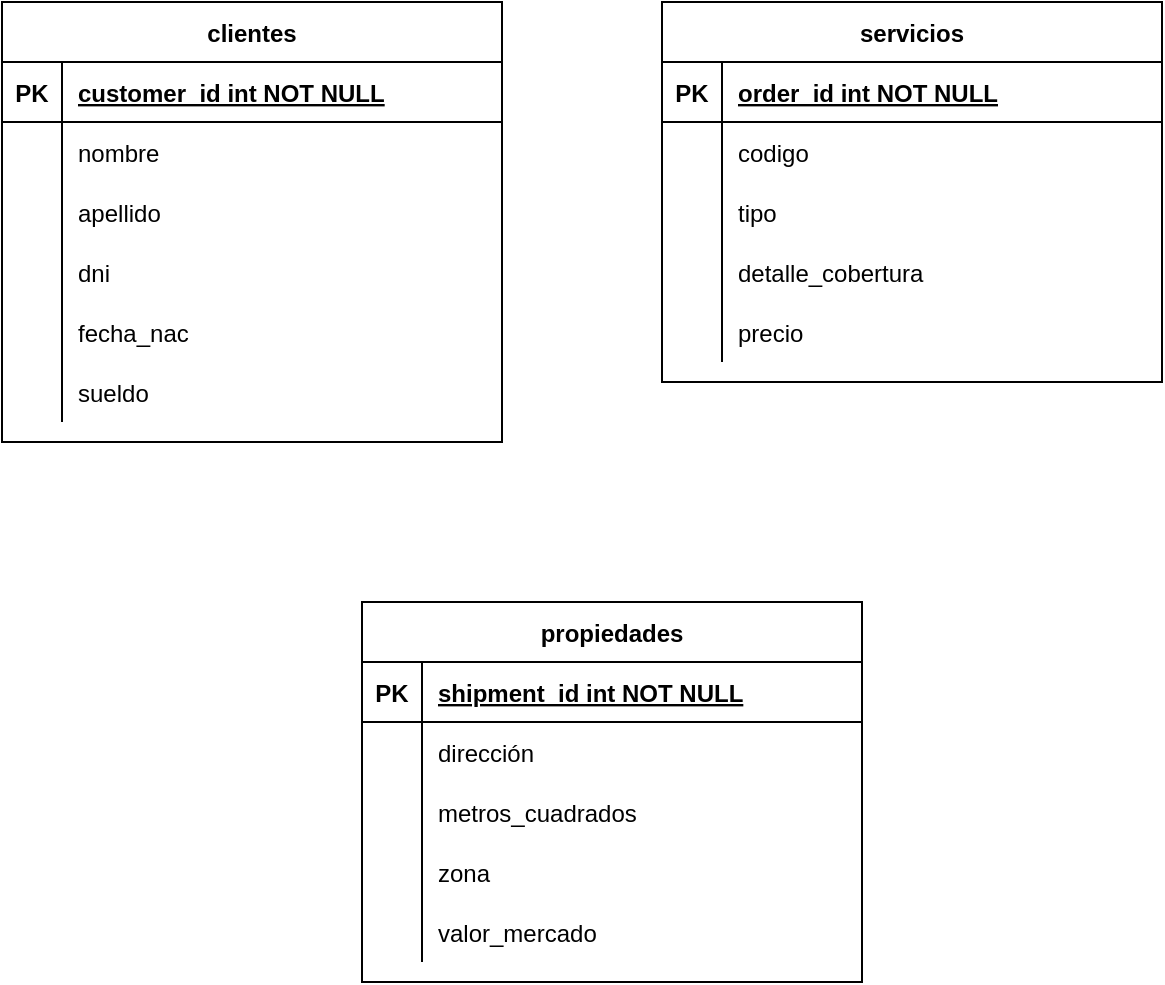
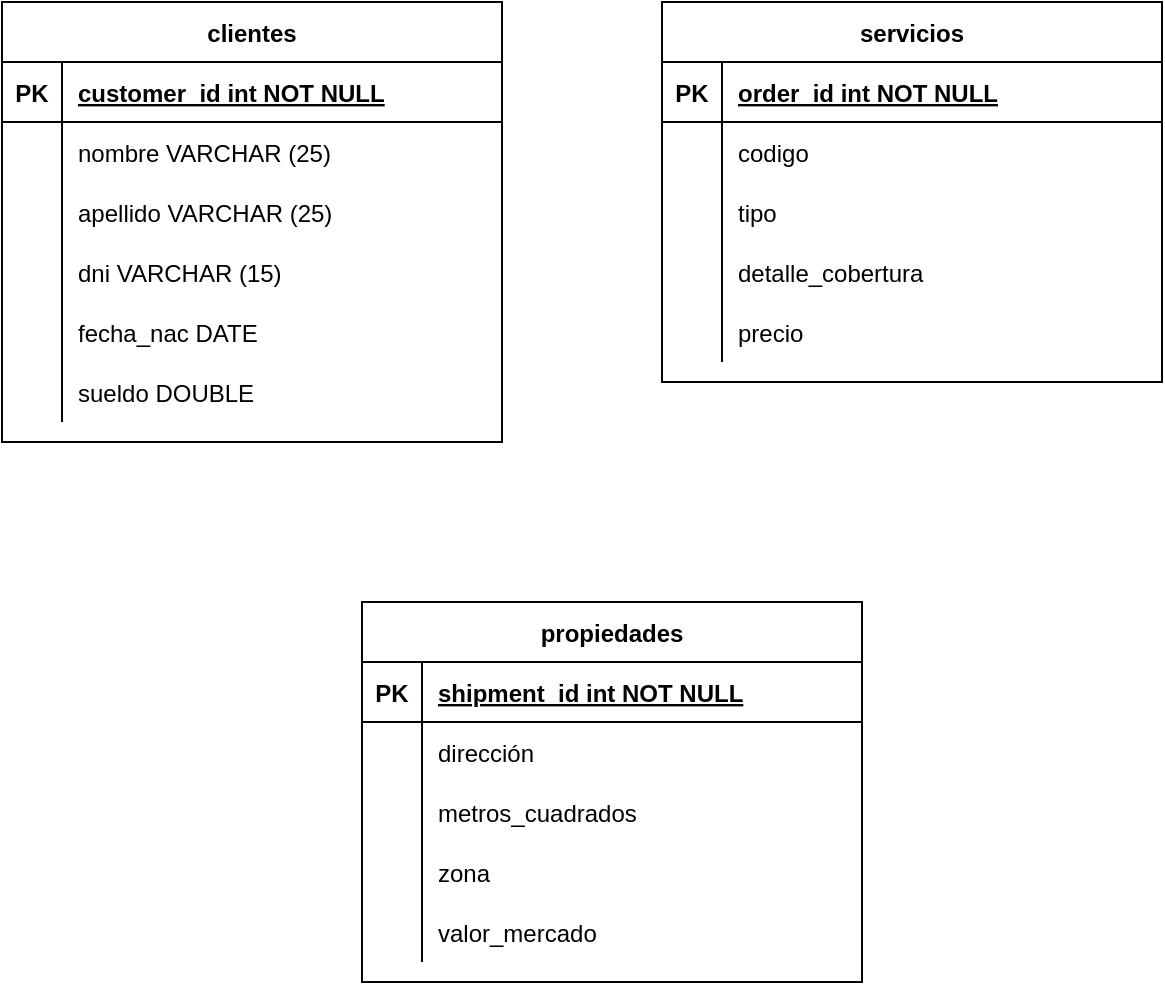
<mxfile host="app.diagrams.net" agent="5.0 (Macintosh; Intel Mac OS X 10_14_6) AppleWebKit/537.36 (KHTML, like Gecko) Chrome/83.0.4103.116 Safari/537.36">
  <diagram id="R2lEEEUBdFMjLlhIrx00" name="Page-1">
-     <mxGraphModel dx="947" dy="680" grid="1" gridSize="10" guides="1" tooltips="1" connect="1" arrows="1" fold="1" page="1" pageScale="1" pageWidth="850" pageHeight="1100" math="0" shadow="0" extFonts="Permanent Marker^https://fonts.googleapis.com/css?family=Permanent+Marker">
+     <mxGraphModel dx="592" dy="425" grid="1" gridSize="10" guides="1" tooltips="1" connect="1" arrows="1" fold="1" page="1" pageScale="1" pageWidth="850" pageHeight="1100" math="0" shadow="0" extFonts="Permanent Marker^https://fonts.googleapis.com/css?family=Permanent+Marker">
      <root>
        <mxCell id="0" />
        <mxCell id="1" parent="0" />
        <mxCell id="C-vyLk0tnHw3VtMMgP7b-2" parent="1" style="shape=table;startSize=30;container=1;collapsible=1;childLayout=tableLayout;fixedRows=1;rowLines=0;fontStyle=1;align=center;resizeLast=1;" value="servicios" vertex="1">
          <mxGeometry height="190" width="250" x="450" y="120" as="geometry" />
        </mxCell>
        <mxCell id="C-vyLk0tnHw3VtMMgP7b-3" parent="C-vyLk0tnHw3VtMMgP7b-2" style="shape=partialRectangle;collapsible=0;dropTarget=0;pointerEvents=0;fillColor=none;points=[[0,0.5],[1,0.5]];portConstraint=eastwest;top=0;left=0;right=0;bottom=1;" value="" vertex="1">
          <mxGeometry height="30" width="250" y="30" as="geometry" />
        </mxCell>
        <mxCell id="C-vyLk0tnHw3VtMMgP7b-4" parent="C-vyLk0tnHw3VtMMgP7b-3" style="shape=partialRectangle;overflow=hidden;connectable=0;fillColor=none;top=0;left=0;bottom=0;right=0;fontStyle=1;" value="PK" vertex="1">
          <mxGeometry height="30" width="30" as="geometry">
            <mxRectangle height="30" width="30" as="alternateBounds" />
          </mxGeometry>
        </mxCell>
        <mxCell id="C-vyLk0tnHw3VtMMgP7b-5" parent="C-vyLk0tnHw3VtMMgP7b-3" style="shape=partialRectangle;overflow=hidden;connectable=0;fillColor=none;top=0;left=0;bottom=0;right=0;align=left;spacingLeft=6;fontStyle=5;" value="order_id int NOT NULL " vertex="1">
          <mxGeometry height="30" width="220" x="30" as="geometry">
            <mxRectangle height="30" width="220" as="alternateBounds" />
          </mxGeometry>
        </mxCell>
        <mxCell id="C-vyLk0tnHw3VtMMgP7b-6" parent="C-vyLk0tnHw3VtMMgP7b-2" style="shape=partialRectangle;collapsible=0;dropTarget=0;pointerEvents=0;fillColor=none;points=[[0,0.5],[1,0.5]];portConstraint=eastwest;top=0;left=0;right=0;bottom=0;" value="" vertex="1">
          <mxGeometry height="30" width="250" y="60" as="geometry" />
        </mxCell>
        <mxCell id="C-vyLk0tnHw3VtMMgP7b-7" parent="C-vyLk0tnHw3VtMMgP7b-6" style="shape=partialRectangle;overflow=hidden;connectable=0;fillColor=none;top=0;left=0;bottom=0;right=0;" value="" vertex="1">
          <mxGeometry height="30" width="30" as="geometry">
            <mxRectangle height="30" width="30" as="alternateBounds" />
          </mxGeometry>
        </mxCell>
        <mxCell id="C-vyLk0tnHw3VtMMgP7b-8" parent="C-vyLk0tnHw3VtMMgP7b-6" style="shape=partialRectangle;overflow=hidden;connectable=0;fillColor=none;top=0;left=0;bottom=0;right=0;align=left;spacingLeft=6;" value="codigo" vertex="1">
          <mxGeometry height="30" width="220" x="30" as="geometry">
            <mxRectangle height="30" width="220" as="alternateBounds" />
          </mxGeometry>
        </mxCell>
        <mxCell id="C-vyLk0tnHw3VtMMgP7b-9" parent="C-vyLk0tnHw3VtMMgP7b-2" style="shape=partialRectangle;collapsible=0;dropTarget=0;pointerEvents=0;fillColor=none;points=[[0,0.5],[1,0.5]];portConstraint=eastwest;top=0;left=0;right=0;bottom=0;" value="" vertex="1">
          <mxGeometry height="30" width="250" y="90" as="geometry" />
        </mxCell>
        <mxCell id="C-vyLk0tnHw3VtMMgP7b-10" parent="C-vyLk0tnHw3VtMMgP7b-9" style="shape=partialRectangle;overflow=hidden;connectable=0;fillColor=none;top=0;left=0;bottom=0;right=0;" value="" vertex="1">
          <mxGeometry height="30" width="30" as="geometry">
            <mxRectangle height="30" width="30" as="alternateBounds" />
          </mxGeometry>
        </mxCell>
        <mxCell id="C-vyLk0tnHw3VtMMgP7b-11" parent="C-vyLk0tnHw3VtMMgP7b-9" style="shape=partialRectangle;overflow=hidden;connectable=0;fillColor=none;top=0;left=0;bottom=0;right=0;align=left;spacingLeft=6;" value="tipo" vertex="1">
          <mxGeometry height="30" width="220" x="30" as="geometry">
            <mxRectangle height="30" width="220" as="alternateBounds" />
          </mxGeometry>
        </mxCell>
        <mxCell id="j1sPE7MOUu-0g5T2_v5z-13" parent="C-vyLk0tnHw3VtMMgP7b-2" style="shape=partialRectangle;collapsible=0;dropTarget=0;pointerEvents=0;fillColor=none;points=[[0,0.5],[1,0.5]];portConstraint=eastwest;top=0;left=0;right=0;bottom=0;" value="" vertex="1">
          <mxGeometry height="30" width="250" y="120" as="geometry" />
        </mxCell>
        <mxCell id="j1sPE7MOUu-0g5T2_v5z-14" parent="j1sPE7MOUu-0g5T2_v5z-13" style="shape=partialRectangle;overflow=hidden;connectable=0;fillColor=none;top=0;left=0;bottom=0;right=0;" value="" vertex="1">
          <mxGeometry height="30" width="30" as="geometry">
            <mxRectangle height="30" width="30" as="alternateBounds" />
          </mxGeometry>
        </mxCell>
        <mxCell id="j1sPE7MOUu-0g5T2_v5z-15" parent="j1sPE7MOUu-0g5T2_v5z-13" style="shape=partialRectangle;overflow=hidden;connectable=0;fillColor=none;top=0;left=0;bottom=0;right=0;align=left;spacingLeft=6;" value="detalle_cobertura" vertex="1">
          <mxGeometry height="30" width="220" x="30" as="geometry">
            <mxRectangle height="30" width="220" as="alternateBounds" />
          </mxGeometry>
        </mxCell>
        <mxCell id="j1sPE7MOUu-0g5T2_v5z-16" parent="C-vyLk0tnHw3VtMMgP7b-2" style="shape=partialRectangle;collapsible=0;dropTarget=0;pointerEvents=0;fillColor=none;points=[[0,0.5],[1,0.5]];portConstraint=eastwest;top=0;left=0;right=0;bottom=0;" value="" vertex="1">
          <mxGeometry height="30" width="250" y="150" as="geometry" />
        </mxCell>
        <mxCell id="j1sPE7MOUu-0g5T2_v5z-17" parent="j1sPE7MOUu-0g5T2_v5z-16" style="shape=partialRectangle;overflow=hidden;connectable=0;fillColor=none;top=0;left=0;bottom=0;right=0;" value="" vertex="1">
          <mxGeometry height="30" width="30" as="geometry">
            <mxRectangle height="30" width="30" as="alternateBounds" />
          </mxGeometry>
        </mxCell>
        <mxCell id="j1sPE7MOUu-0g5T2_v5z-18" parent="j1sPE7MOUu-0g5T2_v5z-16" style="shape=partialRectangle;overflow=hidden;connectable=0;fillColor=none;top=0;left=0;bottom=0;right=0;align=left;spacingLeft=6;" value="precio" vertex="1">
          <mxGeometry height="30" width="220" x="30" as="geometry">
            <mxRectangle height="30" width="220" as="alternateBounds" />
          </mxGeometry>
        </mxCell>
        <mxCell id="C-vyLk0tnHw3VtMMgP7b-13" parent="1" style="shape=table;startSize=30;container=1;collapsible=1;childLayout=tableLayout;fixedRows=1;rowLines=0;fontStyle=1;align=center;resizeLast=1;" value="propiedades" vertex="1">
          <mxGeometry height="190" width="250" x="300" y="420" as="geometry" />
        </mxCell>
        <mxCell id="C-vyLk0tnHw3VtMMgP7b-14" parent="C-vyLk0tnHw3VtMMgP7b-13" style="shape=partialRectangle;collapsible=0;dropTarget=0;pointerEvents=0;fillColor=none;points=[[0,0.5],[1,0.5]];portConstraint=eastwest;top=0;left=0;right=0;bottom=1;" value="" vertex="1">
          <mxGeometry height="30" width="250" y="30" as="geometry" />
        </mxCell>
        <mxCell id="C-vyLk0tnHw3VtMMgP7b-15" parent="C-vyLk0tnHw3VtMMgP7b-14" style="shape=partialRectangle;overflow=hidden;connectable=0;fillColor=none;top=0;left=0;bottom=0;right=0;fontStyle=1;" value="PK" vertex="1">
          <mxGeometry height="30" width="30" as="geometry">
            <mxRectangle height="30" width="30" as="alternateBounds" />
          </mxGeometry>
        </mxCell>
        <mxCell id="C-vyLk0tnHw3VtMMgP7b-16" parent="C-vyLk0tnHw3VtMMgP7b-14" style="shape=partialRectangle;overflow=hidden;connectable=0;fillColor=none;top=0;left=0;bottom=0;right=0;align=left;spacingLeft=6;fontStyle=5;" value="shipment_id int NOT NULL " vertex="1">
          <mxGeometry height="30" width="220" x="30" as="geometry">
            <mxRectangle height="30" width="220" as="alternateBounds" />
          </mxGeometry>
        </mxCell>
        <mxCell id="C-vyLk0tnHw3VtMMgP7b-17" parent="C-vyLk0tnHw3VtMMgP7b-13" style="shape=partialRectangle;collapsible=0;dropTarget=0;pointerEvents=0;fillColor=none;points=[[0,0.5],[1,0.5]];portConstraint=eastwest;top=0;left=0;right=0;bottom=0;" value="" vertex="1">
          <mxGeometry height="30" width="250" y="60" as="geometry" />
        </mxCell>
        <mxCell id="C-vyLk0tnHw3VtMMgP7b-18" parent="C-vyLk0tnHw3VtMMgP7b-17" style="shape=partialRectangle;overflow=hidden;connectable=0;fillColor=none;top=0;left=0;bottom=0;right=0;" value="" vertex="1">
          <mxGeometry height="30" width="30" as="geometry">
            <mxRectangle height="30" width="30" as="alternateBounds" />
          </mxGeometry>
        </mxCell>
        <mxCell id="C-vyLk0tnHw3VtMMgP7b-19" parent="C-vyLk0tnHw3VtMMgP7b-17" style="shape=partialRectangle;overflow=hidden;connectable=0;fillColor=none;top=0;left=0;bottom=0;right=0;align=left;spacingLeft=6;" value="dirección" vertex="1">
          <mxGeometry height="30" width="220" x="30" as="geometry">
            <mxRectangle height="30" width="220" as="alternateBounds" />
          </mxGeometry>
        </mxCell>
        <mxCell id="C-vyLk0tnHw3VtMMgP7b-20" parent="C-vyLk0tnHw3VtMMgP7b-13" style="shape=partialRectangle;collapsible=0;dropTarget=0;pointerEvents=0;fillColor=none;points=[[0,0.5],[1,0.5]];portConstraint=eastwest;top=0;left=0;right=0;bottom=0;" value="" vertex="1">
          <mxGeometry height="30" width="250" y="90" as="geometry" />
        </mxCell>
        <mxCell id="C-vyLk0tnHw3VtMMgP7b-21" parent="C-vyLk0tnHw3VtMMgP7b-20" style="shape=partialRectangle;overflow=hidden;connectable=0;fillColor=none;top=0;left=0;bottom=0;right=0;" value="" vertex="1">
          <mxGeometry height="30" width="30" as="geometry">
            <mxRectangle height="30" width="30" as="alternateBounds" />
          </mxGeometry>
        </mxCell>
        <mxCell id="C-vyLk0tnHw3VtMMgP7b-22" parent="C-vyLk0tnHw3VtMMgP7b-20" style="shape=partialRectangle;overflow=hidden;connectable=0;fillColor=none;top=0;left=0;bottom=0;right=0;align=left;spacingLeft=6;" value="metros_cuadrados" vertex="1">
          <mxGeometry height="30" width="220" x="30" as="geometry">
            <mxRectangle height="30" width="220" as="alternateBounds" />
          </mxGeometry>
        </mxCell>
        <mxCell id="j1sPE7MOUu-0g5T2_v5z-29" parent="C-vyLk0tnHw3VtMMgP7b-13" style="shape=partialRectangle;collapsible=0;dropTarget=0;pointerEvents=0;fillColor=none;points=[[0,0.5],[1,0.5]];portConstraint=eastwest;top=0;left=0;right=0;bottom=0;" value="" vertex="1">
          <mxGeometry height="30" width="250" y="120" as="geometry" />
        </mxCell>
        <mxCell id="j1sPE7MOUu-0g5T2_v5z-30" parent="j1sPE7MOUu-0g5T2_v5z-29" style="shape=partialRectangle;overflow=hidden;connectable=0;fillColor=none;top=0;left=0;bottom=0;right=0;" value="" vertex="1">
          <mxGeometry height="30" width="30" as="geometry">
            <mxRectangle height="30" width="30" as="alternateBounds" />
          </mxGeometry>
        </mxCell>
        <mxCell id="j1sPE7MOUu-0g5T2_v5z-31" parent="j1sPE7MOUu-0g5T2_v5z-29" style="shape=partialRectangle;overflow=hidden;connectable=0;fillColor=none;top=0;left=0;bottom=0;right=0;align=left;spacingLeft=6;" value="zona" vertex="1">
          <mxGeometry height="30" width="220" x="30" as="geometry">
            <mxRectangle height="30" width="220" as="alternateBounds" />
          </mxGeometry>
        </mxCell>
        <mxCell id="j1sPE7MOUu-0g5T2_v5z-32" parent="C-vyLk0tnHw3VtMMgP7b-13" style="shape=partialRectangle;collapsible=0;dropTarget=0;pointerEvents=0;fillColor=none;points=[[0,0.5],[1,0.5]];portConstraint=eastwest;top=0;left=0;right=0;bottom=0;" value="" vertex="1">
          <mxGeometry height="30" width="250" y="150" as="geometry" />
        </mxCell>
        <mxCell id="j1sPE7MOUu-0g5T2_v5z-33" parent="j1sPE7MOUu-0g5T2_v5z-32" style="shape=partialRectangle;overflow=hidden;connectable=0;fillColor=none;top=0;left=0;bottom=0;right=0;" value="" vertex="1">
          <mxGeometry height="30" width="30" as="geometry">
            <mxRectangle height="30" width="30" as="alternateBounds" />
          </mxGeometry>
        </mxCell>
        <mxCell id="j1sPE7MOUu-0g5T2_v5z-34" parent="j1sPE7MOUu-0g5T2_v5z-32" style="shape=partialRectangle;overflow=hidden;connectable=0;fillColor=none;top=0;left=0;bottom=0;right=0;align=left;spacingLeft=6;" value="valor_mercado" vertex="1">
          <mxGeometry height="30" width="220" x="30" as="geometry">
            <mxRectangle height="30" width="220" as="alternateBounds" />
          </mxGeometry>
        </mxCell>
        <mxCell id="C-vyLk0tnHw3VtMMgP7b-23" parent="1" style="shape=table;startSize=30;container=1;collapsible=1;childLayout=tableLayout;fixedRows=1;rowLines=0;fontStyle=1;align=center;resizeLast=1;" value="clientes" vertex="1">
          <mxGeometry height="220" width="250" x="120" y="120" as="geometry">
            <mxRectangle height="30" width="100" x="120" y="120" as="alternateBounds" />
          </mxGeometry>
        </mxCell>
        <mxCell id="C-vyLk0tnHw3VtMMgP7b-24" parent="C-vyLk0tnHw3VtMMgP7b-23" style="shape=partialRectangle;collapsible=0;dropTarget=0;pointerEvents=0;fillColor=none;points=[[0,0.5],[1,0.5]];portConstraint=eastwest;top=0;left=0;right=0;bottom=1;" value="" vertex="1">
          <mxGeometry height="30" width="250" y="30" as="geometry" />
        </mxCell>
        <mxCell id="C-vyLk0tnHw3VtMMgP7b-25" parent="C-vyLk0tnHw3VtMMgP7b-24" style="shape=partialRectangle;overflow=hidden;connectable=0;fillColor=none;top=0;left=0;bottom=0;right=0;fontStyle=1;" value="PK" vertex="1">
          <mxGeometry height="30" width="30" as="geometry">
            <mxRectangle height="30" width="30" as="alternateBounds" />
          </mxGeometry>
        </mxCell>
        <mxCell id="C-vyLk0tnHw3VtMMgP7b-26" parent="C-vyLk0tnHw3VtMMgP7b-24" style="shape=partialRectangle;overflow=hidden;connectable=0;fillColor=none;top=0;left=0;bottom=0;right=0;align=left;spacingLeft=6;fontStyle=5;" value="customer_id int NOT NULL " vertex="1">
          <mxGeometry height="30" width="220" x="30" as="geometry">
            <mxRectangle height="30" width="220" as="alternateBounds" />
          </mxGeometry>
        </mxCell>
        <mxCell id="C-vyLk0tnHw3VtMMgP7b-27" parent="C-vyLk0tnHw3VtMMgP7b-23" style="shape=partialRectangle;collapsible=0;dropTarget=0;pointerEvents=0;fillColor=none;points=[[0,0.5],[1,0.5]];portConstraint=eastwest;top=0;left=0;right=0;bottom=0;" value="" vertex="1">
          <mxGeometry height="30" width="250" y="60" as="geometry" />
        </mxCell>
        <mxCell id="C-vyLk0tnHw3VtMMgP7b-28" parent="C-vyLk0tnHw3VtMMgP7b-27" style="shape=partialRectangle;overflow=hidden;connectable=0;fillColor=none;top=0;left=0;bottom=0;right=0;" value="" vertex="1">
          <mxGeometry height="30" width="30" as="geometry">
            <mxRectangle height="30" width="30" as="alternateBounds" />
          </mxGeometry>
        </mxCell>
-         <mxCell id="C-vyLk0tnHw3VtMMgP7b-29" parent="C-vyLk0tnHw3VtMMgP7b-27" style="shape=partialRectangle;overflow=hidden;connectable=0;fillColor=none;top=0;left=0;bottom=0;right=0;align=left;spacingLeft=6;" value="nombre" vertex="1">
+         <mxCell id="C-vyLk0tnHw3VtMMgP7b-29" parent="C-vyLk0tnHw3VtMMgP7b-27" style="shape=partialRectangle;overflow=hidden;connectable=0;fillColor=none;top=0;left=0;bottom=0;right=0;align=left;spacingLeft=6;" value="nombre VARCHAR (25)" vertex="1">
          <mxGeometry height="30" width="220" x="30" as="geometry">
            <mxRectangle height="30" width="220" as="alternateBounds" />
          </mxGeometry>
        </mxCell>
        <mxCell id="j1sPE7MOUu-0g5T2_v5z-1" parent="C-vyLk0tnHw3VtMMgP7b-23" style="shape=partialRectangle;collapsible=0;dropTarget=0;pointerEvents=0;fillColor=none;points=[[0,0.5],[1,0.5]];portConstraint=eastwest;top=0;left=0;right=0;bottom=0;" value="" vertex="1">
          <mxGeometry height="30" width="250" y="90" as="geometry" />
        </mxCell>
        <mxCell id="j1sPE7MOUu-0g5T2_v5z-2" parent="j1sPE7MOUu-0g5T2_v5z-1" style="shape=partialRectangle;overflow=hidden;connectable=0;fillColor=none;top=0;left=0;bottom=0;right=0;" value="" vertex="1">
          <mxGeometry height="30" width="30" as="geometry">
            <mxRectangle height="30" width="30" as="alternateBounds" />
          </mxGeometry>
        </mxCell>
-         <mxCell id="j1sPE7MOUu-0g5T2_v5z-3" parent="j1sPE7MOUu-0g5T2_v5z-1" style="shape=partialRectangle;overflow=hidden;connectable=0;fillColor=none;top=0;left=0;bottom=0;right=0;align=left;spacingLeft=6;" value="apellido" vertex="1">
+         <mxCell id="j1sPE7MOUu-0g5T2_v5z-3" parent="j1sPE7MOUu-0g5T2_v5z-1" style="shape=partialRectangle;overflow=hidden;connectable=0;fillColor=none;top=0;left=0;bottom=0;right=0;align=left;spacingLeft=6;" value="apellido VARCHAR (25)" vertex="1">
          <mxGeometry height="30" width="220" x="30" as="geometry">
            <mxRectangle height="30" width="220" as="alternateBounds" />
          </mxGeometry>
        </mxCell>
        <mxCell id="j1sPE7MOUu-0g5T2_v5z-4" parent="C-vyLk0tnHw3VtMMgP7b-23" style="shape=partialRectangle;collapsible=0;dropTarget=0;pointerEvents=0;fillColor=none;points=[[0,0.5],[1,0.5]];portConstraint=eastwest;top=0;left=0;right=0;bottom=0;" value="" vertex="1">
          <mxGeometry height="30" width="250" y="120" as="geometry" />
        </mxCell>
        <mxCell id="j1sPE7MOUu-0g5T2_v5z-5" parent="j1sPE7MOUu-0g5T2_v5z-4" style="shape=partialRectangle;overflow=hidden;connectable=0;fillColor=none;top=0;left=0;bottom=0;right=0;" value="" vertex="1">
          <mxGeometry height="30" width="30" as="geometry">
            <mxRectangle height="30" width="30" as="alternateBounds" />
          </mxGeometry>
        </mxCell>
-         <mxCell id="j1sPE7MOUu-0g5T2_v5z-6" parent="j1sPE7MOUu-0g5T2_v5z-4" style="shape=partialRectangle;overflow=hidden;connectable=0;fillColor=none;top=0;left=0;bottom=0;right=0;align=left;spacingLeft=6;" value="dni" vertex="1">
+         <mxCell id="j1sPE7MOUu-0g5T2_v5z-6" parent="j1sPE7MOUu-0g5T2_v5z-4" style="shape=partialRectangle;overflow=hidden;connectable=0;fillColor=none;top=0;left=0;bottom=0;right=0;align=left;spacingLeft=6;" value="dni VARCHAR (15)" vertex="1">
          <mxGeometry height="30" width="220" x="30" as="geometry">
            <mxRectangle height="30" width="220" as="alternateBounds" />
          </mxGeometry>
        </mxCell>
        <mxCell id="j1sPE7MOUu-0g5T2_v5z-7" parent="C-vyLk0tnHw3VtMMgP7b-23" style="shape=partialRectangle;collapsible=0;dropTarget=0;pointerEvents=0;fillColor=none;points=[[0,0.5],[1,0.5]];portConstraint=eastwest;top=0;left=0;right=0;bottom=0;" value="" vertex="1">
          <mxGeometry height="30" width="250" y="150" as="geometry" />
        </mxCell>
        <mxCell id="j1sPE7MOUu-0g5T2_v5z-8" parent="j1sPE7MOUu-0g5T2_v5z-7" style="shape=partialRectangle;overflow=hidden;connectable=0;fillColor=none;top=0;left=0;bottom=0;right=0;" value="" vertex="1">
          <mxGeometry height="30" width="30" as="geometry">
            <mxRectangle height="30" width="30" as="alternateBounds" />
          </mxGeometry>
        </mxCell>
-         <mxCell id="j1sPE7MOUu-0g5T2_v5z-9" parent="j1sPE7MOUu-0g5T2_v5z-7" style="shape=partialRectangle;overflow=hidden;connectable=0;fillColor=none;top=0;left=0;bottom=0;right=0;align=left;spacingLeft=6;" value="fecha_nac" vertex="1">
+         <mxCell id="j1sPE7MOUu-0g5T2_v5z-9" parent="j1sPE7MOUu-0g5T2_v5z-7" style="shape=partialRectangle;overflow=hidden;connectable=0;fillColor=none;top=0;left=0;bottom=0;right=0;align=left;spacingLeft=6;" value="fecha_nac DATE" vertex="1">
          <mxGeometry height="30" width="220" x="30" as="geometry">
            <mxRectangle height="30" width="220" as="alternateBounds" />
          </mxGeometry>
        </mxCell>
        <mxCell id="j1sPE7MOUu-0g5T2_v5z-10" parent="C-vyLk0tnHw3VtMMgP7b-23" style="shape=partialRectangle;collapsible=0;dropTarget=0;pointerEvents=0;fillColor=none;points=[[0,0.5],[1,0.5]];portConstraint=eastwest;top=0;left=0;right=0;bottom=0;" value="" vertex="1">
          <mxGeometry height="30" width="250" y="180" as="geometry" />
        </mxCell>
        <mxCell id="j1sPE7MOUu-0g5T2_v5z-11" parent="j1sPE7MOUu-0g5T2_v5z-10" style="shape=partialRectangle;overflow=hidden;connectable=0;fillColor=none;top=0;left=0;bottom=0;right=0;" value="" vertex="1">
          <mxGeometry height="30" width="30" as="geometry">
            <mxRectangle height="30" width="30" as="alternateBounds" />
          </mxGeometry>
        </mxCell>
-         <mxCell id="j1sPE7MOUu-0g5T2_v5z-12" parent="j1sPE7MOUu-0g5T2_v5z-10" style="shape=partialRectangle;overflow=hidden;connectable=0;fillColor=none;top=0;left=0;bottom=0;right=0;align=left;spacingLeft=6;" value="sueldo" vertex="1">
+         <mxCell id="j1sPE7MOUu-0g5T2_v5z-12" parent="j1sPE7MOUu-0g5T2_v5z-10" style="shape=partialRectangle;overflow=hidden;connectable=0;fillColor=none;top=0;left=0;bottom=0;right=0;align=left;spacingLeft=6;" value="sueldo DOUBLE" vertex="1">
          <mxGeometry height="30" width="220" x="30" as="geometry">
            <mxRectangle height="30" width="220" as="alternateBounds" />
          </mxGeometry>
        </mxCell>
      </root>
    </mxGraphModel>
  </diagram>
</mxfile>
